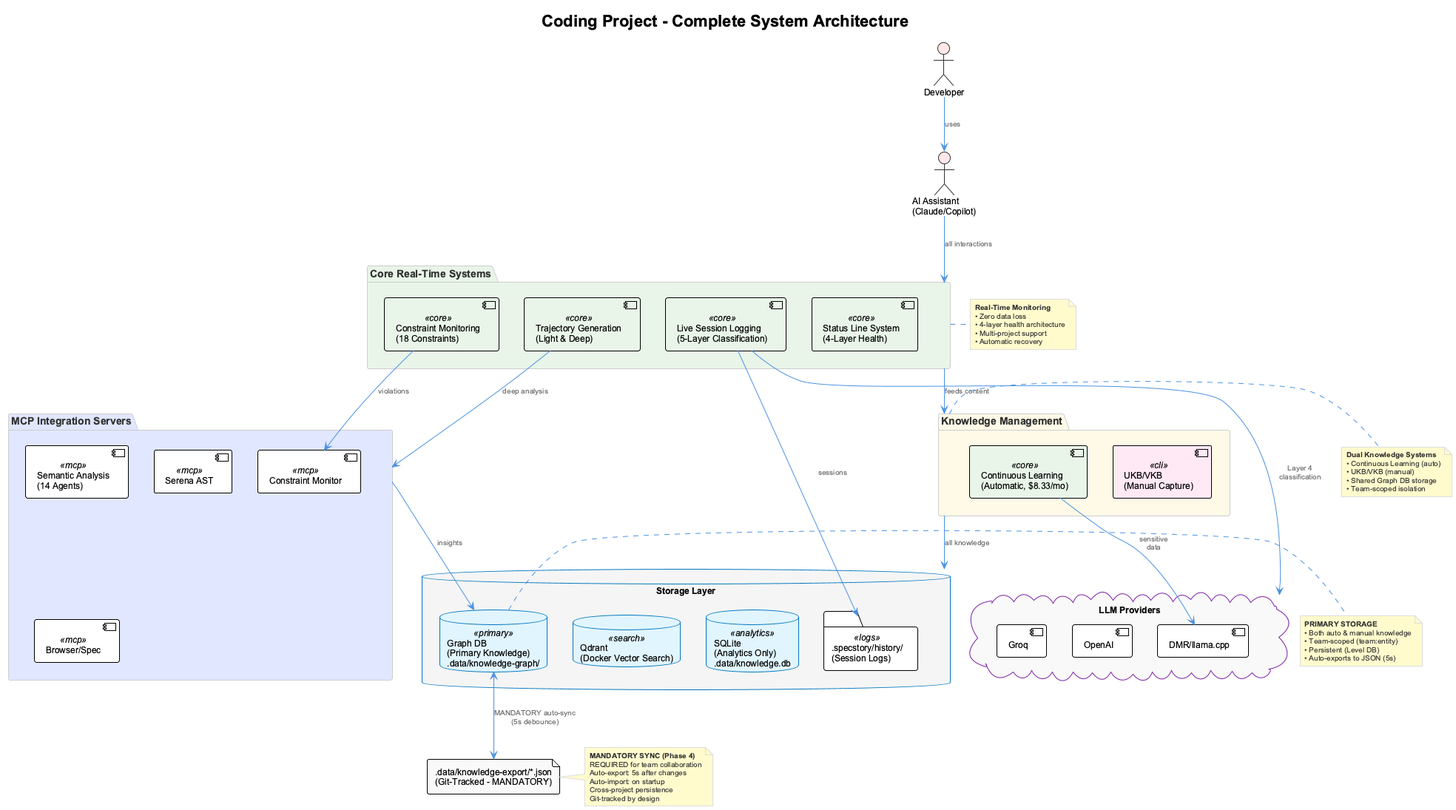
Above: docs-content/images/complete-system-overview.png in fwornle/coding (PlantUML), before the change.
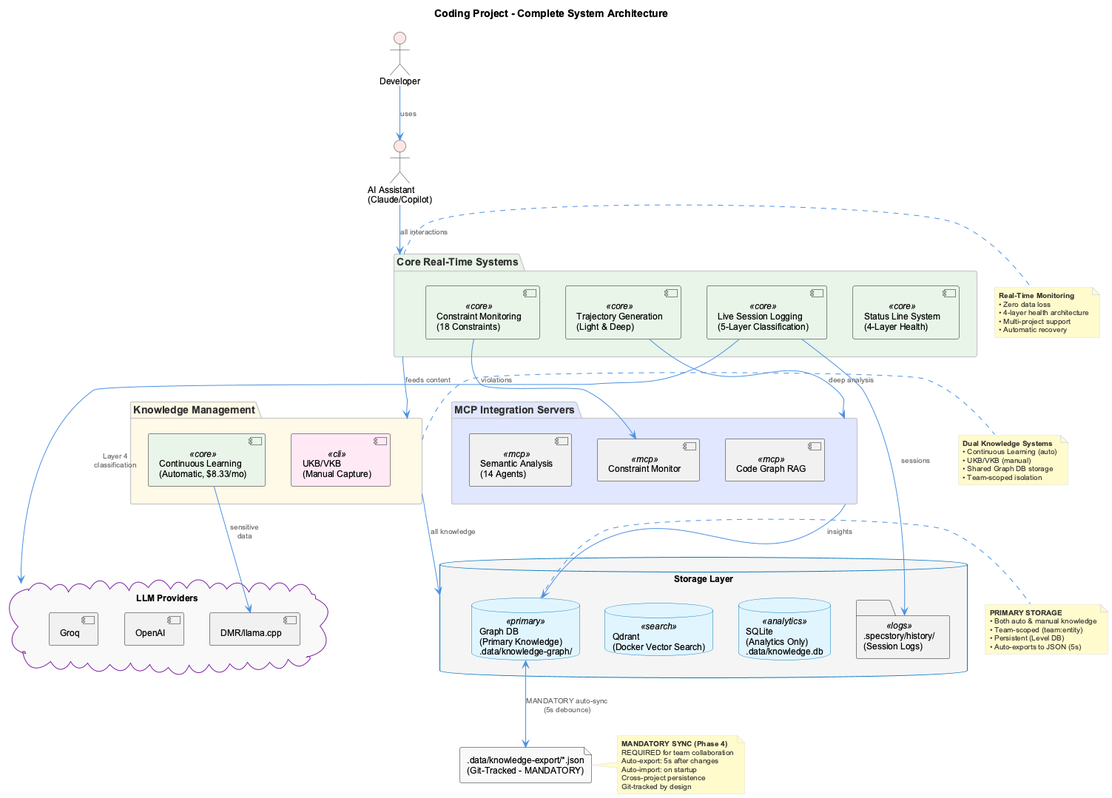
Above is the later version.

Diff of the diagram source:
```diff
@@ -38,8 +38,7 @@
 package "MCP Integration Servers" as mcp #E0E7FF {
   [Semantic Analysis\n(14 Agents)] as semantic <<mcp>>
   [Constraint Monitor] as mcp_constraint <<mcp>>
-  [Serena AST] as serena <<mcp>>
-  [Browser/Spec] as other_mcp <<mcp>>
+  [Code Graph RAG] as code_graph <<mcp>>
 }
 
 trajectory -down-> mcp : deep analysis
```
